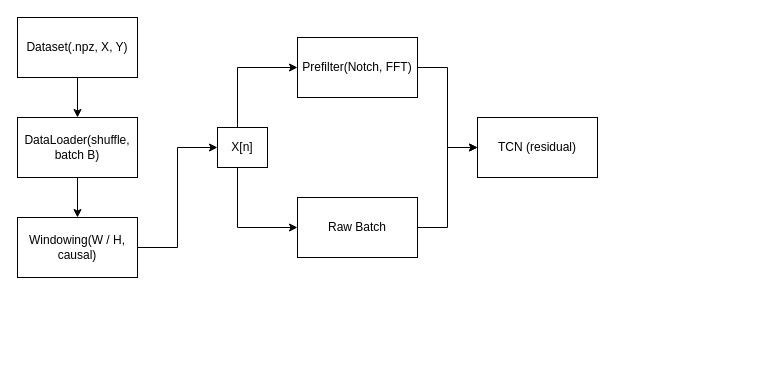
The draw.io diagram figures/dsp_ml_chain_diagram.drawio in Niclasapdk/es7_project, before the edit. Source tidied: cells renumbered, new cells numbered last; positions are measured from the earlier drawing's top-left corner, leaving out a move shared by most shapes. Both pictures are drawn from the tidied source at 100%, with x=0, y=0 at pixel (17, 17).
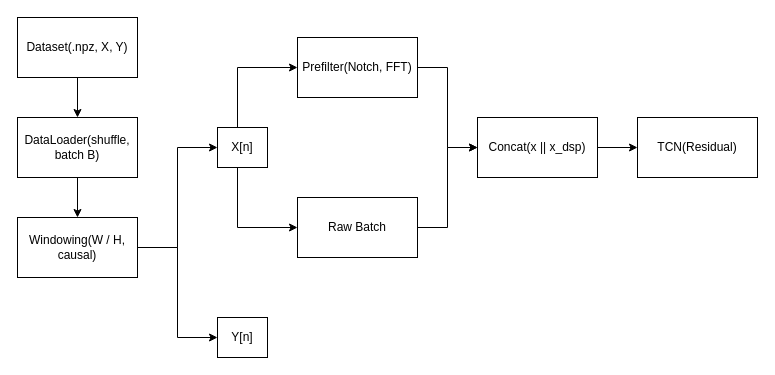
The same diagram, later.

Unchanged cells that the change refers to:
```xml
<mxCell id="6" value="Windowing(W / H, causal)" style="rounded=0;whiteSpace=wrap;html=1;" parent="1" vertex="1">
  <mxGeometry y="200" width="120" height="60" as="geometry" />
</mxCell>
```

What changed in the source:
```diff
@@
+    <mxCell id="16" style="edgeStyle=orthogonalEdgeStyle;rounded=0;jettySize=auto;html=1;entryX=0;entryY=0.5;entryDx=0;entryDy=0;" parent="1" edge="1" source="6" target="18">
+      <mxGeometry relative="1" as="geometry" />
+    </mxCell>
@@
+    <mxCell id="17" style="edgeStyle=orthogonalEdgeStyle;rounded=0;jettySize=auto;html=1;entryX=0;entryY=0.5;entryDx=0;entryDy=0;" parent="1" edge="1" source="15" target="19">
+      <mxGeometry relative="1" as="geometry" />
+    </mxCell>
-    <mxCell id="15" value="TCN (residual)" style="rounded=0;whiteSpace=wrap;html=1;" parent="1" vertex="1">
+    <mxCell id="15" value="Concat(x || x_dsp)" style="rounded=0;whiteSpace=wrap;html=1;" parent="1" vertex="1">
       <mxGeometry x="460" y="100" width="120" height="60" as="geometry" />
     </mxCell>
+    <mxCell id="18" value="Y[n]" style="rounded=0;whiteSpace=wrap;html=1;" parent="1" vertex="1">
+      <mxGeometry x="200" y="300" width="50" height="40" as="geometry" />
+    </mxCell>
+    <mxCell id="19" value="TCN(Residual)" style="rounded=0;whiteSpace=wrap;html=1;" parent="1" vertex="1">
+      <mxGeometry x="620" y="100" width="120" height="60" as="geometry" />
+    </mxCell>
```
